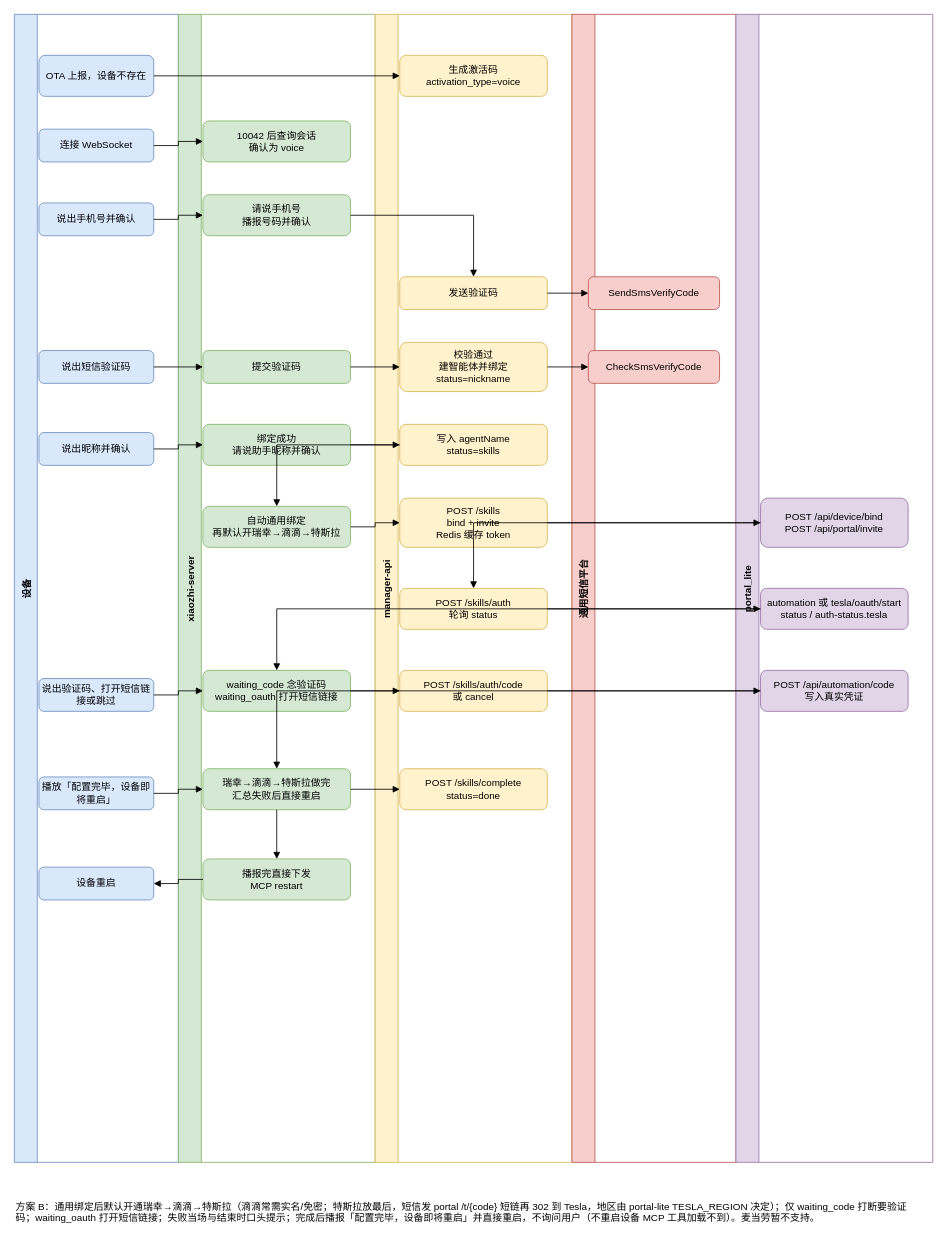
The draw.io diagram docs/architecture/voice-activation.drawio in ElvisWangTech/xiaozhi-esp32-server, before the edit. Source tidied: cells renumbered, new cells numbered last; positions are measured from the earlier drawing's top-left corner, leaving out a move shared by most shapes. Both pictures are drawn from the tidied source at 82%, with x=0, y=0 at pixel (14, 14).
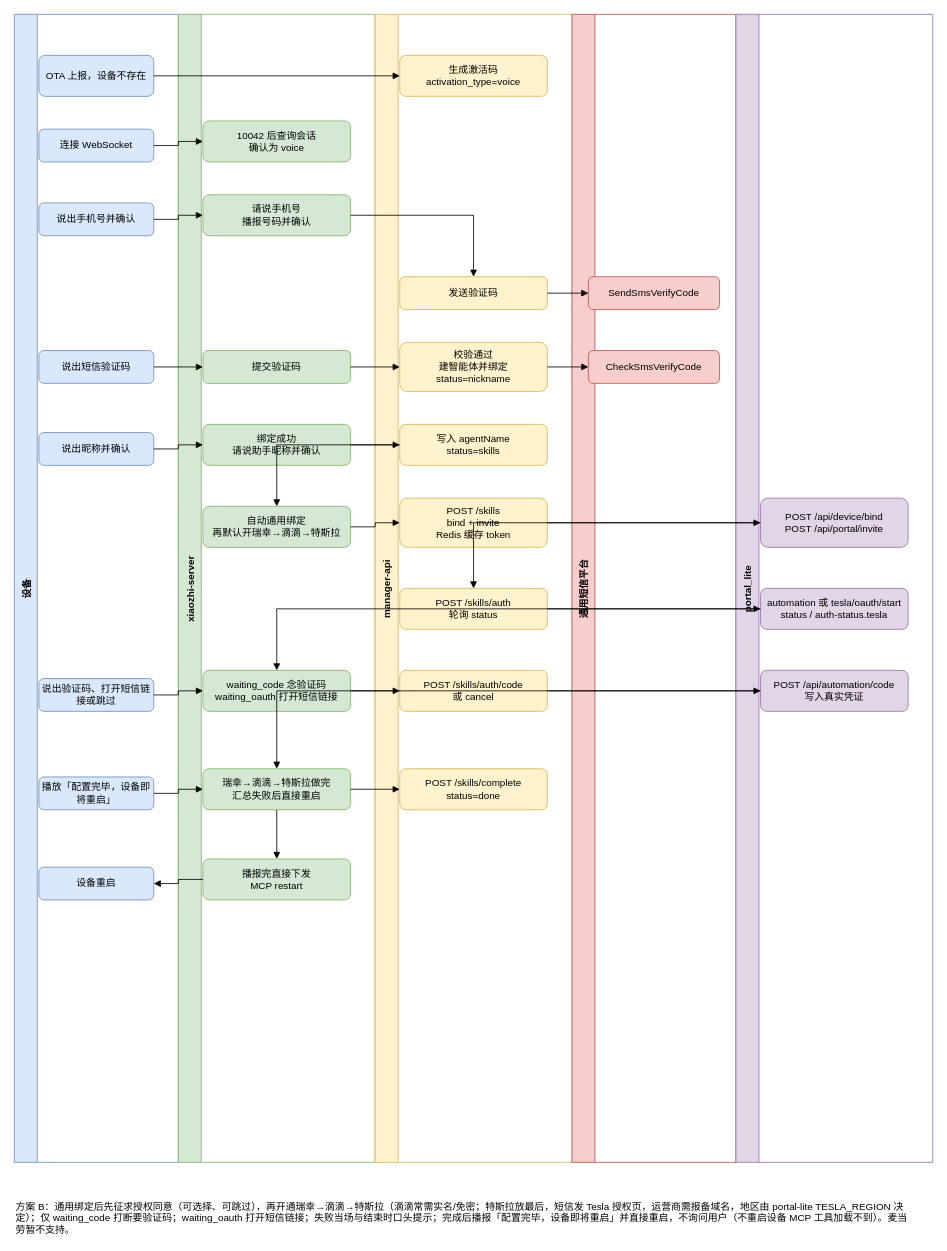
The same diagram, later.

Change to the diagram source:
```diff
@@
-    <mxCell id="60" value="方案 B：通用绑定后默认开通瑞幸→滴滴→特斯拉（滴滴常需实名/免密；特斯拉放最后，短信发 portal /t/{code} 短链再 302 到 Tesla，地区由 portal-lite TESLA_REGION 决定）；仅 waiting_code 打断要验证码；waiting_oauth 打开短信链接；失败当场与结束时口头提示；完成后播报「配置完毕，设备即将重启」并直接重启，不询问用户（不重启设备 MCP 工具加载不到）。麦当劳暂不支持。" style="text;html=1;strokeColor=none;fillColor=none;align=left;verticalAlign=top;whiteSpace=wrap;rounded=0;" parent="1" vertex="1">
+    <mxCell id="60" value="方案 B：通用绑定后先征求授权同意（可选择、可跳过），再开通瑞幸→滴滴→特斯拉（滴滴常需实名/免密；特斯拉放最后，短信发 Tesla 授权页，运营商需报备域名，地区由 portal-lite TESLA_REGION 决定）；仅 waiting_code 打断要验证码；waiting_oauth 打开短信链接；失败当场与结束时口头提示；完成后播报「配置完毕，设备即将重启」并直接重启，不询问用户（不重启设备 MCP 工具加载不到）。麦当劳暂不支持。" style="text;html=1;strokeColor=none;fillColor=none;align=left;verticalAlign=top;whiteSpace=wrap;rounded=0;" parent="1" vertex="1">
       <mxGeometry y="1440" width="1100" height="40" as="geometry" />
     </mxCell>
```
